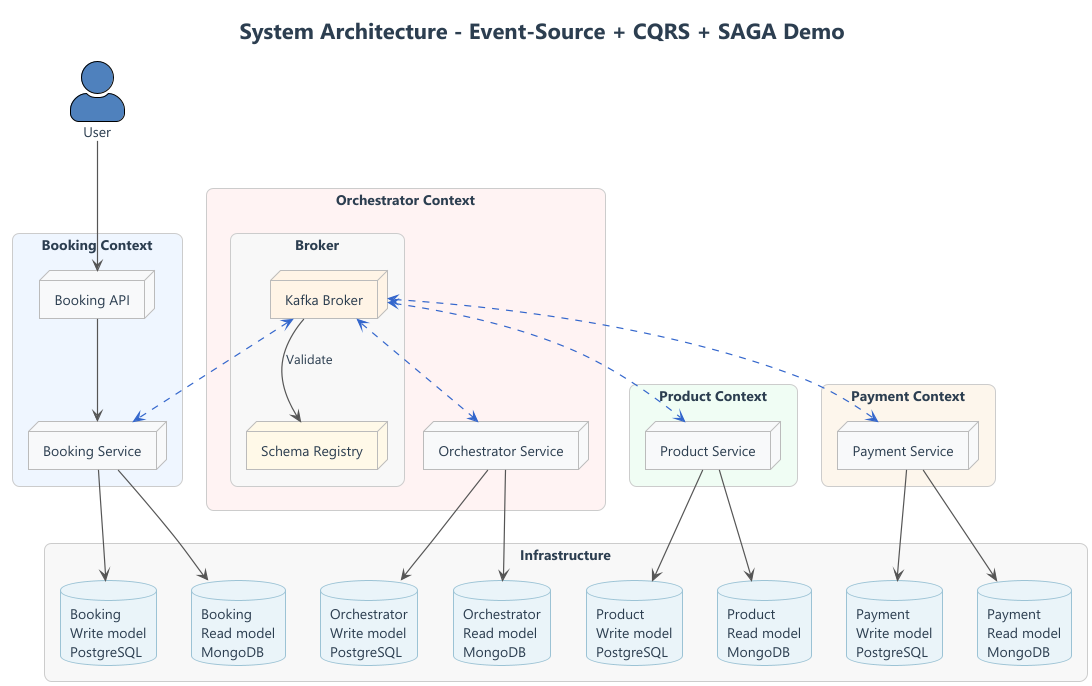
matiesmengo/event-sourcing-cqrs-demo keeps this PlantUML diagram as docs/architecture.png. Above is the earlier version. Its source is kept beside it as docs/architecture.puml.
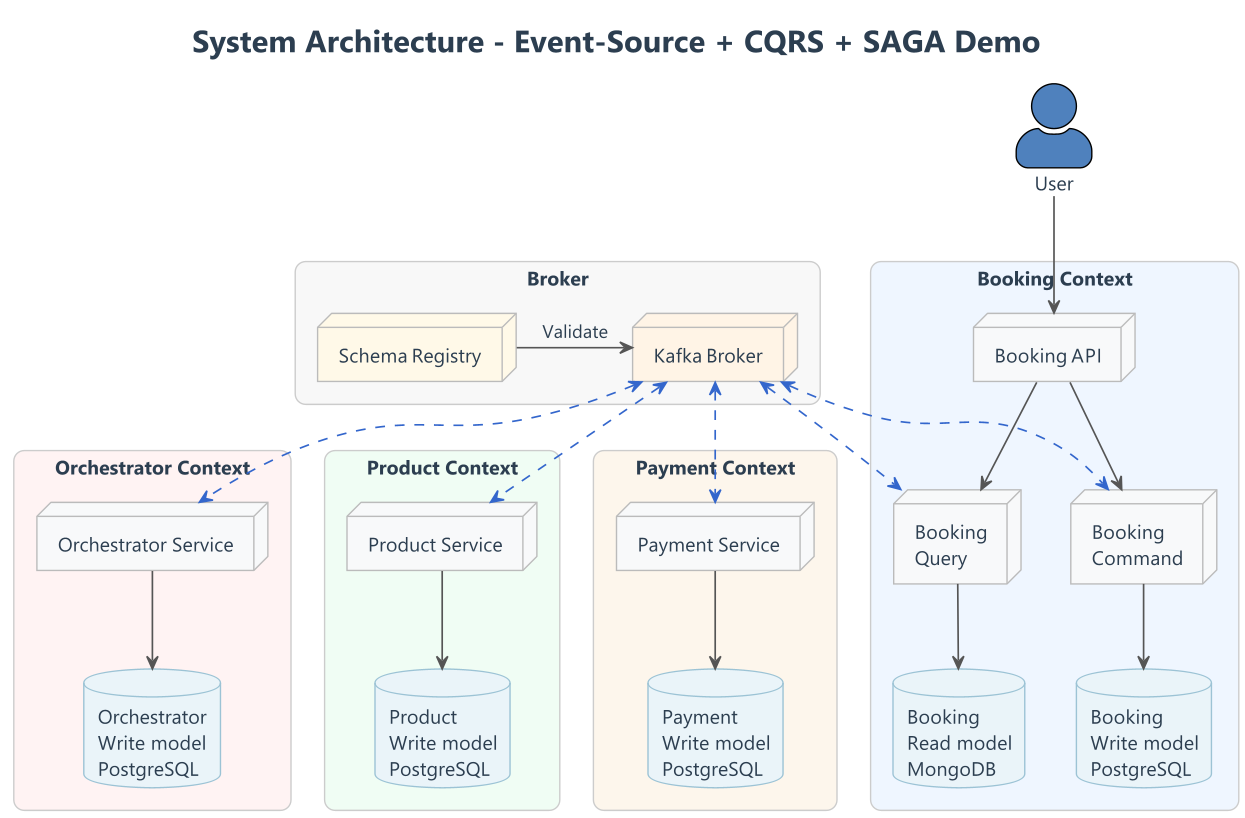
Above is the later version.

Diff of the diagram source:
```diff
@@ -10,22 +10,22 @@
 skinparam arrowColor #555555
 
 skinparam rectangle {
-  FontSize 14
-  RoundCorner 15
-  BorderColor #CCCCCC
-  BackgroundColor #FAFAFA
+    FontSize 14
+    RoundCorner 15
+    BorderColor #CCCCCC
+    BackgroundColor #FAFAFA
 }
 skinparam database {
-  BackgroundColor #EAF4F9
-  BorderColor #9CC3D5
+    BackgroundColor #EAF4F9
+    BorderColor #9CC3D5
 }
 skinparam node {
-  BackgroundColor #F8F9FA
-  BorderColor #BBBBBB
+    BackgroundColor #F8F9FA
+    BorderColor #BBBBBB
 }
 skinparam component {
-  BackgroundColor #F8F9FA
-  BorderColor #BBBBBB
+    BackgroundColor #F8F9FA
+    BorderColor #BBBBBB
 }
 skinparam actorStyle awesome
 
@@ -33,58 +33,49 @@
 
 rectangle "<b>Booking Context</b>" as booking #EFF6FF {
     node "Booking API" as booking_api
-    node "Booking Service" as booking_service
-}
-
-rectangle "<b>Infrastructure</b>" as bookingdb #F8F8F8 {
+    node "Booking\nCommand" as booking_service_command
+    node "Booking\nQuery" as booking_service_query
     database "Booking\nWrite model\nPostgreSQL" as booking_write_db
     database "Booking\nRead model\nMongoDB" as booking_read_db
-    database "Orchestrator\nWrite model\nPostgreSQL" as orchestrator_write_db
-    database "Orchestrator\nRead model\nMongoDB" as orchestrator_read_db
-    database "Product\nWrite model\nPostgreSQL" as product_write_db
-    database "Product\nRead model\nMongoDB" as product_read_db
-    database "Payment\nWrite model\nPostgreSQL" as payment_write_db
-    database "Payment\nRead model\nMongoDB" as payment_read_db
 }
 
 rectangle "<b>Orchestrator Context</b>" as orchestrator #FFF3F3 {
-  node "Orchestrator Service" as saga
+    node "Orchestrator Service" as saga
+    database "Orchestrator\nWrite model\nPostgreSQL" as orchestrator_write_db
+}
 
-  rectangle "<b>Broker</b>" as broker #F8F8F8 {
+rectangle "<b>Broker</b>" as broker #F8F8F8 {
     node "Kafka Broker" as kafka #FFF4E6
     node "Schema Registry" as registry #FFF9E8
-  }
 }
 
 rectangle "<b>Product Context</b>" as product #F0FDF4 {
     node "Product Service" as product_service
+    database "Product\nWrite model\nPostgreSQL" as product_write_db
 }
 
 rectangle "<b>Payment Context</b>" as payment #FDF6EC {
     node "Payment Service" as payment_service
+    database "Payment\nWrite model\nPostgreSQL" as payment_write_db
 }
 
 
 user --> booking_api
-booking_api --> booking_service
-booking_service --> booking_write_db
-booking_service --> booking_read_db
+booking_api --> booking_service_command
+booking_api --> booking_service_query
+booking_service_command --> booking_write_db
+booking_service_query --> booking_read_db
+kafka <-[#3366CC,dashed]-> booking_service_command
+kafka <-[#3366CC,dashed]-> booking_service_query
 
-kafka <-[#3366CC,dashed]-> booking_service
+saga --> orchestrator_write_db
 kafka <-[#3366CC,dashed]-> saga
-saga --> orchestrator_write_db
-saga --> orchestrator_read_db
 
 product_service --> product_write_db
-product_service --> product_read_db
 kafka <-[#3366CC,dashed]-> product_service
 
 kafka <-[#3366CC,dashed]-> payment_service
 payment_service --> payment_write_db
-payment_service --> payment_read_db
 
-
-kafka --> registry: Validate
-
-
+registry  -> kafka : Validate
 @enduml
```
